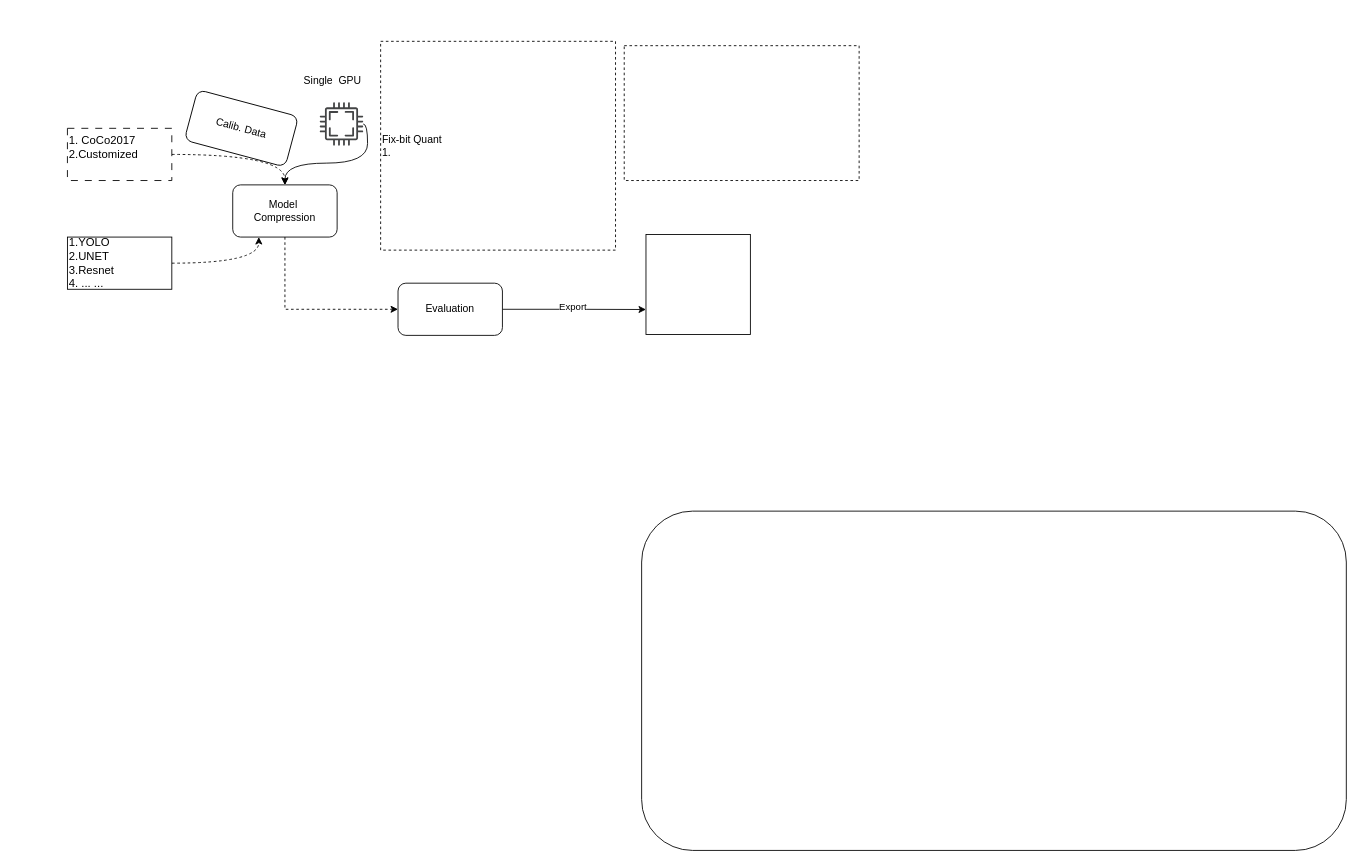
Above: 模型压缩流程.drawio in Discovery-Kingdom/draft (draw.io), before the change. Source tidied: cells renumbered, new cells numbered last; positions are measured from the earlier drawing's top-left corner, leaving out a move shared by most shapes. Both pictures are drawn from the tidied source at 87%, with x=0, y=0 at pixel (67, 41).
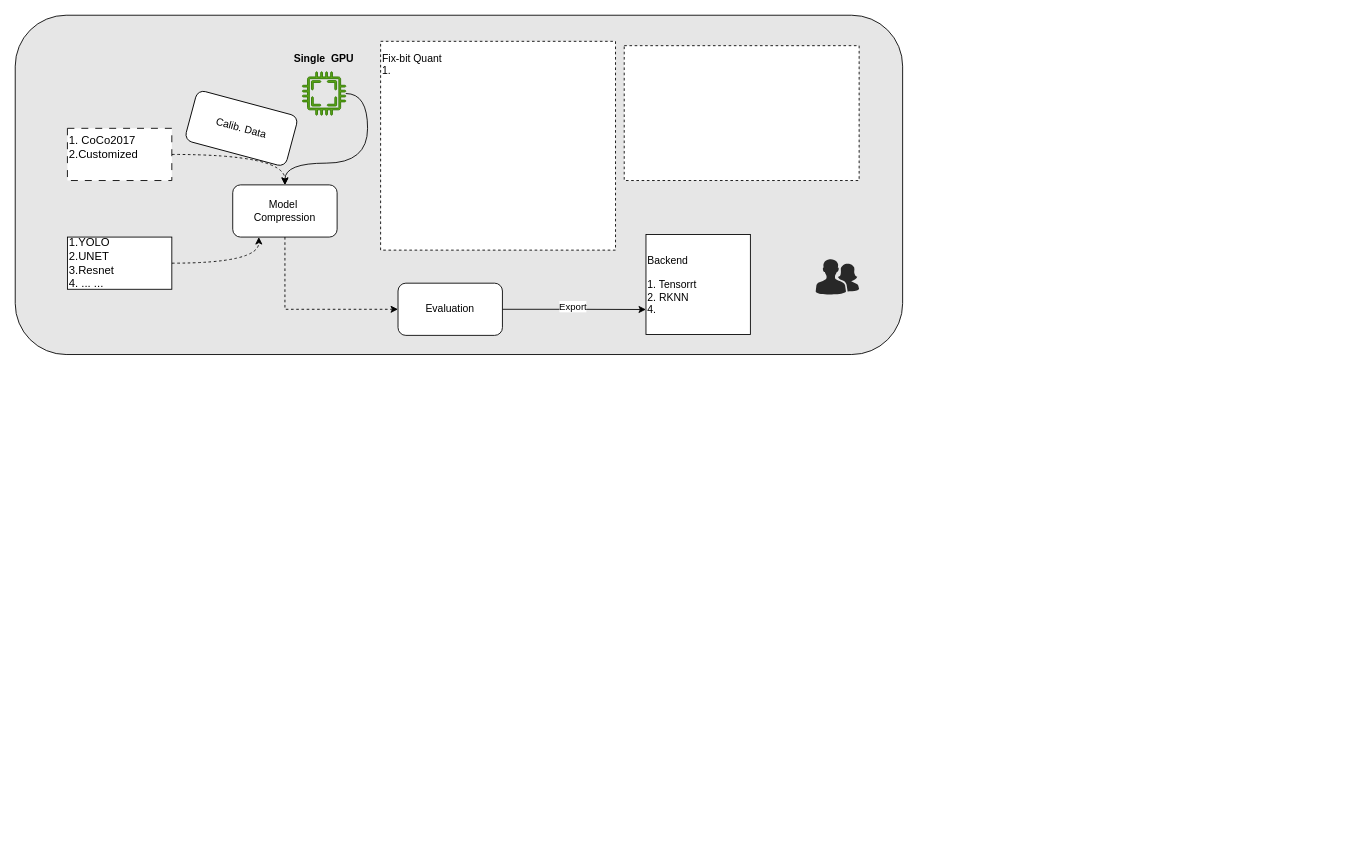
Above is the later version.

Commit message (it also covers changes not shown here):
更新模型压缩流程.drawio

Change to the diagram source:
```diff
@@
-    <mxCell id="2" style="rounded=1;whiteSpace=wrap;html=1;" parent="1" vertex="1">
-      <mxGeometry x="660" y="540" width="810" height="390" as="geometry" />
+    <mxCell id="2" style="rounded=1;whiteSpace=wrap;html=1;fillColor=#E6E6E6;" parent="1" vertex="1">
+      <mxGeometry x="-60" y="-30" width="1020" height="390" as="geometry" />
     </mxCell>
@@
-    <mxCell id="11" style="sketch=0;shadow=0;dashed=0;html=1;strokeColor=none;fillColor=#434445;labelPosition=center;verticalLabelPosition=bottom;verticalAlign=top;align=center;outlineConnect=0;shape=mxgraph.vvd.cpu;" parent="1" vertex="1">
-      <mxGeometry x="290" y="70" width="50" height="50" as="geometry" />
+    <mxCell id="11" style="sketch=0;shadow=0;dashed=0;html=1;strokeColor=#2D7600;fillColor=#60a917;labelPosition=center;verticalLabelPosition=bottom;verticalAlign=top;align=center;outlineConnect=0;shape=mxgraph.vvd.cpu;fontColor=#ffffff;" parent="1" vertex="1">
+      <mxGeometry x="270" y="35" width="50" height="50" as="geometry" />
     </mxCell>
-    <mxCell id="12" value="Single&amp;nbsp; GPU" style="text;strokeColor=none;align=center;fillColor=none;html=1;verticalAlign=middle;whiteSpace=wrap;rounded=0;" parent="1" vertex="1">
-      <mxGeometry x="240" y="30" width="130" height="30" as="geometry" />
+    <mxCell id="12" value="&lt;b&gt;Single&amp;nbsp; GPU&lt;/b&gt;" style="text;strokeColor=none;align=center;fillColor=none;html=1;verticalAlign=middle;whiteSpace=wrap;rounded=0;" parent="1" vertex="1">
+      <mxGeometry x="230" y="5" width="130" height="30" as="geometry" />
     </mxCell>
@@
-    <mxCell id="16" value="Fix-bit Quant&lt;div&gt;1.&lt;/div&gt;" style="rounded=0;whiteSpace=wrap;html=1;align=left;dashed=1;" parent="1" vertex="1">
+    <mxCell id="16" value="Fix-bit Quant&lt;div&gt;1.&lt;/div&gt;&lt;div&gt;&lt;br&gt;&lt;/div&gt;&lt;div&gt;&lt;br&gt;&lt;/div&gt;&lt;div&gt;&lt;br&gt;&lt;/div&gt;&lt;div&gt;&lt;br&gt;&lt;/div&gt;&lt;div&gt;&lt;br&gt;&lt;/div&gt;&lt;div&gt;&lt;br&gt;&lt;/div&gt;&lt;div&gt;&lt;br&gt;&lt;/div&gt;&lt;div&gt;&lt;br&gt;&lt;/div&gt;&lt;div&gt;&lt;br&gt;&lt;/div&gt;&lt;div&gt;&lt;br&gt;&lt;/div&gt;&lt;div&gt;&lt;br&gt;&lt;/div&gt;&lt;div&gt;&lt;br&gt;&lt;/div&gt;&lt;div&gt;&lt;br&gt;&lt;/div&gt;" style="rounded=0;whiteSpace=wrap;html=1;align=left;dashed=1;" parent="1" vertex="1">
       <mxGeometry x="360" width="270" height="240" as="geometry" />
     </mxCell>
@@
-    <mxCell id="18" style="rounded=0;whiteSpace=wrap;html=1;" parent="1" vertex="1">
+    <mxCell id="18" value="Backend&lt;div&gt;&lt;br&gt;&lt;div&gt;1. Tensorrt&lt;/div&gt;&lt;div&gt;2. RKNN&lt;/div&gt;&lt;/div&gt;&lt;div&gt;4.&amp;nbsp;&lt;/div&gt;" style="rounded=0;whiteSpace=wrap;html=1;align=left;" parent="1" vertex="1">
       <mxGeometry x="665" y="222" width="120" height="115" as="geometry" />
     </mxCell>
+    <mxCell id="19" style="verticalLabelPosition=bottom;sketch=0;html=1;fillColor=#282828;strokeColor=none;verticalAlign=top;align=center;shape=mxgraph.cisco_safe.people_places_things_icons.icon2;" parent="1" vertex="1">
+      <mxGeometry x="860" y="250" width="50" height="41" as="geometry" />
+    </mxCell>
```
